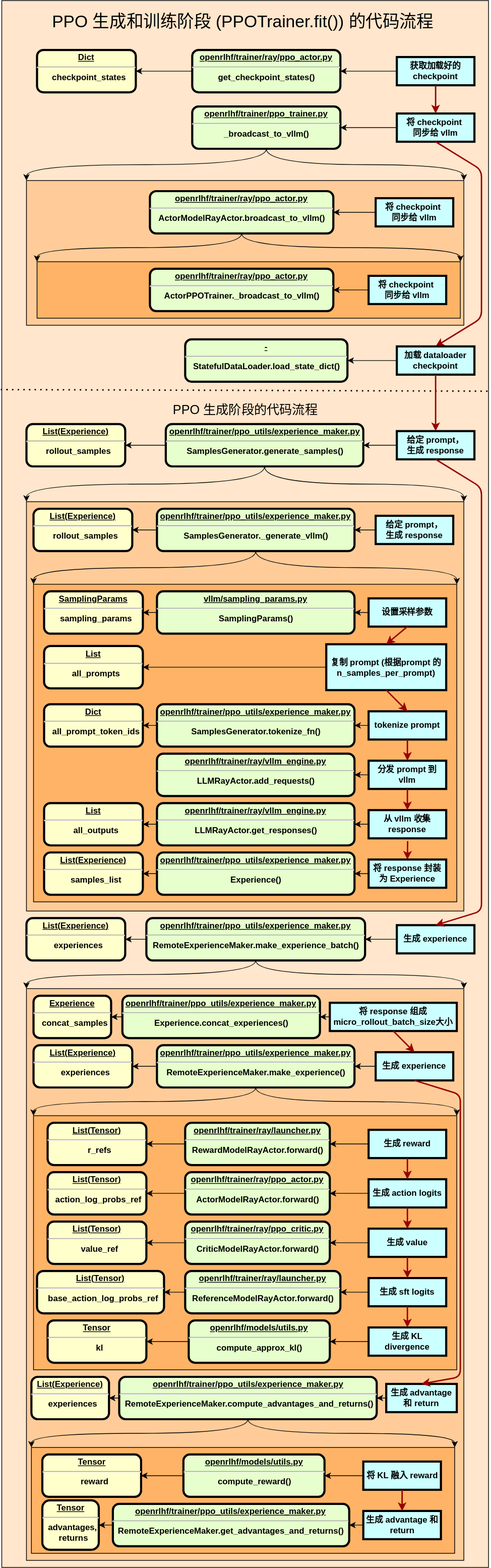
cai-jianfeng/cai-jianfeng.github.io keeps this draw.io diagram as images/OpenRLHF_PPOTrainer_fit_generate.svg. Above is the earlier version. Source tidied: cells renumbered, new cells last; positions are measured from the earlier drawing's top-left corner, leaving out a move shared by most shapes.
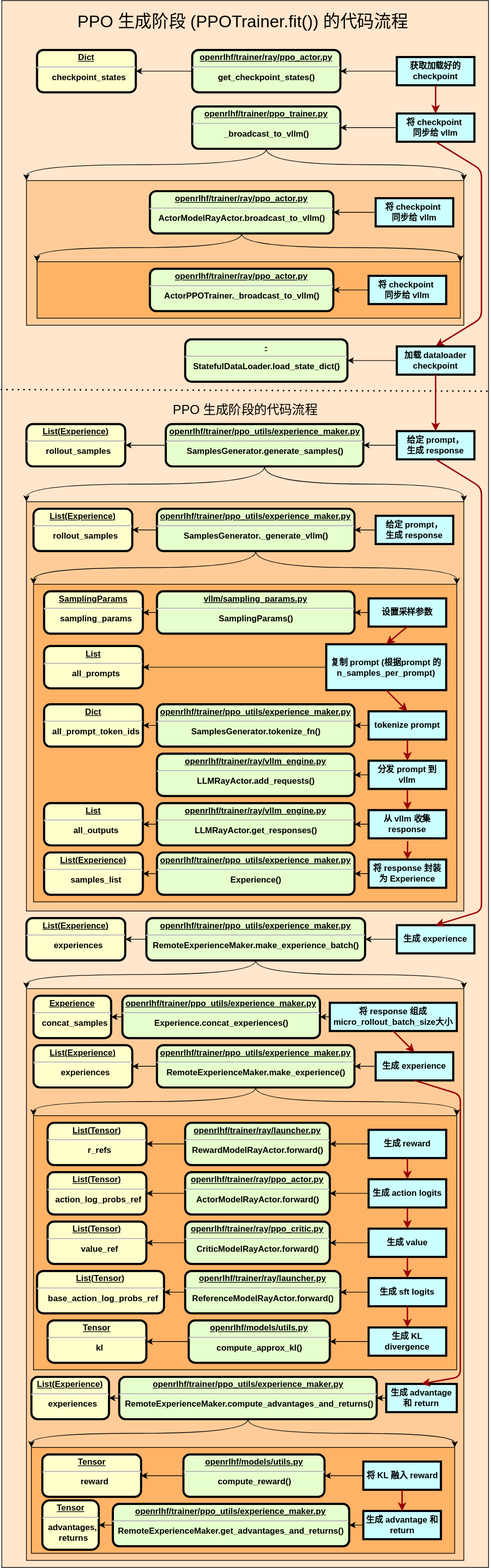
After the change.

Commit message:
update rlhf training pipeline blog

What changed in the source:
```diff
@@ -5,7 +5,7 @@
     <mxCell id="2" style="rounded=0;whiteSpace=wrap;html=1;fillColor=light-dark(#FFE6CC,var(--ge-dark-color, #121212));" parent="1" vertex="1">
       <mxGeometry x="1" width="690" height="2220" as="geometry" />
     </mxCell>
-    <mxCell id="3" value="&lt;div&gt;&lt;font style=&quot;font-size: 24px;&quot;&gt;PPO 生成和训练阶段 (PPOTrainer.fit()) 的代码流程&lt;/font&gt;&lt;/div&gt;" style="text;html=1;align=center;verticalAlign=middle;whiteSpace=wrap;rounded=0;" parent="1" vertex="1">
+    <mxCell id="3" value="&lt;div&gt;&lt;font style=&quot;font-size: 24px;&quot;&gt;PPO 生成阶段 (PPOTrainer.fit()) 的代码流程&lt;/font&gt;&lt;/div&gt;" style="text;html=1;align=center;verticalAlign=middle;whiteSpace=wrap;rounded=0;" parent="1" vertex="1">
       <mxGeometry x="67.1" width="551.9" height="60" as="geometry" />
     </mxCell>
     <mxCell id="4" style="edgeStyle=orthogonalEdgeStyle;curved=1;rounded=0;jettySize=auto;html=1;entryX=1;entryY=0.5;entryDx=0;entryDy=0;" parent="1" edge="1" source="5" target="8">
```
